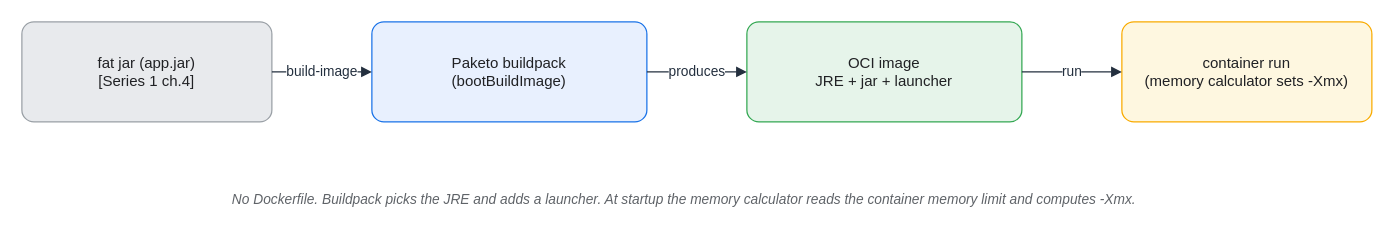
Earlier version of the draw.io diagram assets/img/jvm/jvm-05-fatjar-to-container.drawio (KKamJi98/kkamji98.github.io). Source tidied: cells renumbered, new cells numbered last; positions are measured from the earlier drawing's top-left corner, leaving out a move shared by most shapes. Both pictures are drawn from the tidied source at 125%, with x=0, y=0 at pixel (21, 21).
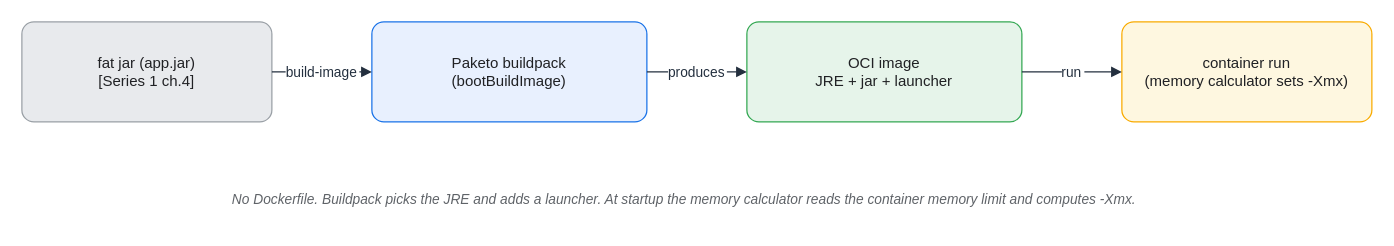
The same page after the edit.

What changed in the source:
```diff
@@
 <mxGraphModel background="#FFFFFF">
   <root>
     <mxCell id="0" />
     <mxCell id="1" parent="0" />
     <mxCell id="2" value="fat jar (app.jar)&#10;[Series 1 ch.4]" style="rounded=1;whiteSpace=wrap;html=1;arcSize=12;shadow=0;fillColor=#E8EAED;strokeColor=#9AA0A6;fontColor=#202124;" parent="1" vertex="1">
       <mxGeometry width="200" height="80" as="geometry" />
     </mxCell>
     <mxCell id="3" value="Paketo buildpack&#10;(bootBuildImage)" style="rounded=1;whiteSpace=wrap;html=1;arcSize=12;shadow=0;fillColor=#E8F0FE;strokeColor=#1A73E8;fontColor=#202124;" parent="1" vertex="1">
       <mxGeometry x="280" width="220" height="80" as="geometry" />
     </mxCell>
     <mxCell id="4" value="OCI image&#10;JRE + jar + launcher" style="rounded=1;whiteSpace=wrap;html=1;arcSize=12;shadow=0;fillColor=#E6F4EA;strokeColor=#34A853;fontColor=#202124;" parent="1" vertex="1">
       <mxGeometry x="580" width="220" height="80" as="geometry" />
     </mxCell>
     <mxCell id="5" value="container run&#10;(memory calculator sets -Xmx)" style="rounded=1;whiteSpace=wrap;html=1;arcSize=12;shadow=0;fillColor=#FEF7E0;strokeColor=#F9AB00;fontColor=#202124;" parent="1" vertex="1">
       <mxGeometry x="880" width="200" height="80" as="geometry" />
     </mxCell>
     <mxCell id="6" value="No Dockerfile. Buildpack picks the JRE and adds a launcher. At startup the memory calculator reads the container memory limit and computes -Xmx." style="text;html=1;align=center;verticalAlign=middle;whiteSpace=wrap;fontSize=11;fontColor=#5F6368;fontStyle=2;" parent="1" vertex="1">
       <mxGeometry x="80" y="122" width="900" height="40" as="geometry" />
     </mxCell>
-    <mxCell id="7" value="build-image" style="edgeStyle=orthogonalEdgeStyle;rounded=1;html=1;fontColor=#232F3E;strokeColor=#232F3E;labelBackgroundColor=#FFFFFF;endArrow=block;exitX=1;exitY=0.5;exitDx=0;exitDy=0;entryX=0;entryY=0.5;entryDx=0;entryDy=0;" parent="1" edge="1" source="2" target="3">
+    <mxCell id="7" value="build-image" style="edgeStyle=orthogonalEdgeStyle;rounded=1;html=0;fontColor=#232F3E;strokeColor=#232F3E;labelBackgroundColor=#FFFFFF;endArrow=block;exitX=1;exitY=0.5;exitDx=0;exitDy=0;entryX=0;entryY=0.5;entryDx=0;entryDy=0;" parent="1" edge="1" source="2" target="3">
       <mxGeometry relative="1" as="geometry" />
     </mxCell>
-    <mxCell id="8" value="produces" style="edgeStyle=orthogonalEdgeStyle;rounded=1;html=1;fontColor=#232F3E;strokeColor=#232F3E;labelBackgroundColor=#FFFFFF;endArrow=block;exitX=1;exitY=0.5;exitDx=0;exitDy=0;entryX=0;entryY=0.5;entryDx=0;entryDy=0;" parent="1" edge="1" source="3" target="4">
+    <mxCell id="8" value="produces" style="edgeStyle=orthogonalEdgeStyle;rounded=1;html=0;fontColor=#232F3E;strokeColor=#232F3E;labelBackgroundColor=#FFFFFF;endArrow=block;exitX=1;exitY=0.5;exitDx=0;exitDy=0;entryX=0;entryY=0.5;entryDx=0;entryDy=0;" parent="1" edge="1" source="3" target="4">
       <mxGeometry relative="1" as="geometry" />
     </mxCell>
-    <mxCell id="9" value="run" style="edgeStyle=orthogonalEdgeStyle;rounded=1;html=1;fontColor=#232F3E;strokeColor=#232F3E;labelBackgroundColor=#FFFFFF;endArrow=block;exitX=1;exitY=0.5;exitDx=0;exitDy=0;entryX=0;entryY=0.5;entryDx=0;entryDy=0;" parent="1" edge="1" source="4" target="5">
+    <mxCell id="9" value="run" style="edgeStyle=orthogonalEdgeStyle;rounded=1;html=0;fontColor=#232F3E;strokeColor=#232F3E;labelBackgroundColor=#FFFFFF;endArrow=block;exitX=1;exitY=0.5;exitDx=0;exitDy=0;entryX=0;entryY=0.5;entryDx=0;entryDy=0;" parent="1" edge="1" source="4" target="5">
       <mxGeometry relative="1" as="geometry" />
     </mxCell>
   </root>
 </mxGraphModel>
```
